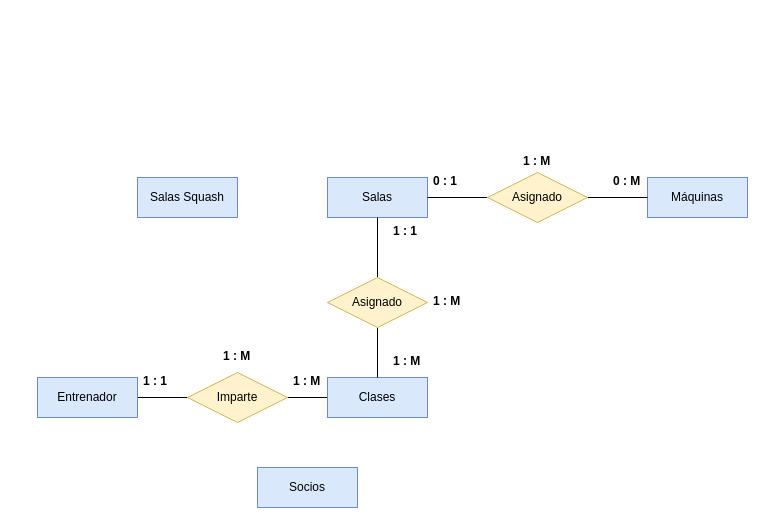
Before: Progreso_1/Diagrama_1_TrabajoClase.drawio in AngelDavidStudios/Diagramas_BdD_1, a draw.io diagram. Source tidied: cells renumbered, new cells numbered last; positions are measured from the earlier drawing's top-left corner, leaving out a move shared by most shapes. Both pictures are drawn from the tidied source at 100%, with x=0, y=0 at pixel (37, 147).
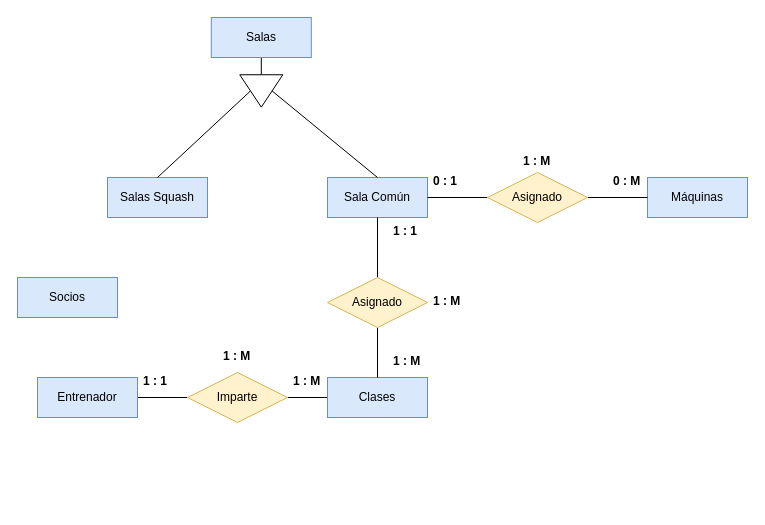
Above is the later version.

Diff of the diagram source:
```diff
@@
-    <mxCell id="2" value="Salas" style="whiteSpace=wrap;html=1;align=center;fillColor=#dae8fc;strokeColor=#6c8ebf;fontSize=12;" parent="1" vertex="1">
+    <mxCell id="2" value="Sala Común" style="whiteSpace=wrap;html=1;align=center;fillColor=#dae8fc;strokeColor=#6c8ebf;fontSize=12;" parent="1" vertex="1">
       <mxGeometry x="290" y="30" width="100" height="40" as="geometry" />
     </mxCell>
     <mxCell id="3" value="Socios" style="whiteSpace=wrap;html=1;align=center;fillColor=#dae8fc;strokeColor=#6c8ebf;" parent="1" vertex="1">
-      <mxGeometry x="220" y="320" width="100" height="40" as="geometry" />
+      <mxGeometry x="-20" y="130" width="100" height="40" as="geometry" />
     </mxCell>
@@
     <mxCell id="7" value="Salas Squash" style="whiteSpace=wrap;html=1;align=center;fillColor=#dae8fc;strokeColor=#6c8ebf;" parent="1" vertex="1">
-      <mxGeometry x="100" y="30" width="100" height="40" as="geometry" />
+      <mxGeometry x="70" y="30" width="100" height="40" as="geometry" />
     </mxCell>
@@
+    <mxCell id="26" style="edgeStyle=orthogonalEdgeStyle;rounded=0;jettySize=auto;html=1;endArrow=none;endFill=0;" parent="1" edge="1" source="27" target="28">
+      <mxGeometry relative="1" as="geometry" />
+    </mxCell>
+    <mxCell id="27" value="Salas" style="whiteSpace=wrap;html=1;align=center;fillColor=#dae8fc;strokeColor=#6c8ebf;" parent="1" vertex="1">
+      <mxGeometry x="173.8" y="-130" width="100" height="40" as="geometry" />
+    </mxCell>
+    <mxCell id="28" style="triangle;whiteSpace=wrap;html=1;rotation=90;" parent="1" vertex="1">
+      <mxGeometry x="207.6" y="-78.1" width="32.4" height="43.1" as="geometry" />
+    </mxCell>
+    <mxCell id="29" style="endArrow=none;html=1;rounded=0;exitX=0.5;exitY=0;exitDx=0;exitDy=0;entryX=0.5;entryY=1;entryDx=0;entryDy=0;" parent="1" edge="1" source="7" target="28">
+      <mxGeometry relative="1" as="geometry" />
+    </mxCell>
+    <mxCell id="30" style="endArrow=none;html=1;rounded=0;exitX=0.5;exitY=0;exitDx=0;exitDy=0;entryX=0.5;entryY=0;entryDx=0;entryDy=0;" parent="1" edge="1" source="28" target="2">
+      <mxGeometry relative="1" as="geometry" />
+    </mxCell>
```
